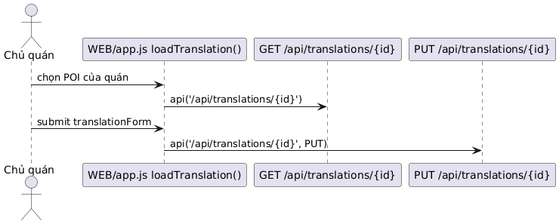
The PlantUML diagram Diagrams/SE Owner QuanLyBanDich.png in hoangtri22/TravelGuide, before a commit. Its diagram source:
```plantuml
@startuml
actor "Chủ quán" as O
participant "WEB/app.js loadTranslation()" as FE
participant "GET /api/translations/{id}" as GET
participant "PUT /api/translations/{id}" as PUT
O -> FE : chọn POI của quán
FE -> GET : api('/api/translations/{id}')
O -> FE : submit translationForm
FE -> PUT : api('/api/translations/{id}', PUT)
@enduml
```
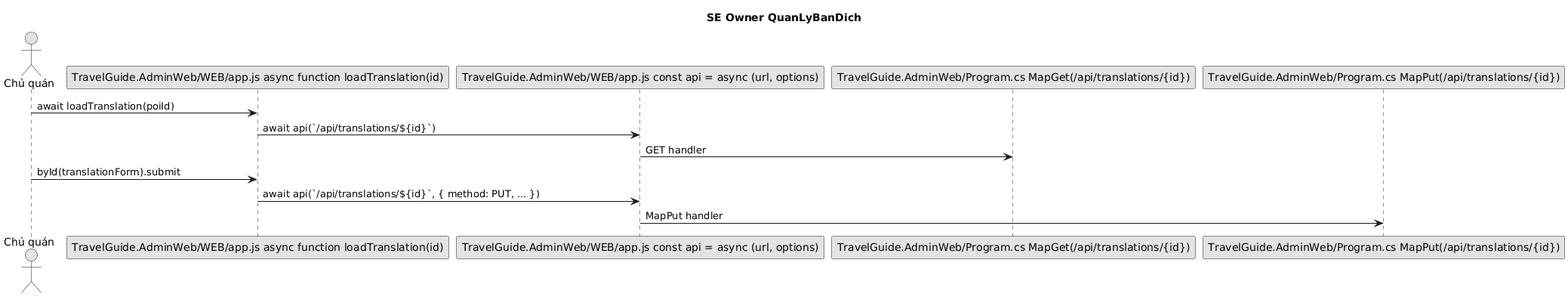
The same diagram one commit later.

Change to the diagram source:
```diff
@@ -1,10 +1,16 @@
 @startuml
+title SE Owner QuanLyBanDich
+skinparam shadowing false
+skinparam monochrome true
 actor "Chủ quán" as O
-participant "WEB/app.js loadTranslation()" as FE
-participant "GET /api/translations/{id}" as GET
-participant "PUT /api/translations/{id}" as PUT
-O -> FE : chọn POI của quán
-FE -> GET : api('/api/translations/{id}')
-O -> FE : submit translationForm
-FE -> PUT : api('/api/translations/{id}', PUT)
+participant "TravelGuide.AdminWeb/WEB/app.js async function loadTranslation(id)" as FE
+participant "TravelGuide.AdminWeb/WEB/app.js const api = async (url, options)" as APIJS
+participant "TravelGuide.AdminWeb/Program.cs MapGet(/api/translations/{id})" as GET
+participant "TravelGuide.AdminWeb/Program.cs MapPut(/api/translations/{id})" as PUT
+O -> FE : await loadTranslation(poiId)
+FE -> APIJS : await api(`/api/translations/${id}`)
+APIJS -> GET : GET handler
+O -> FE : byId(translationForm).submit
+FE -> APIJS : await api(`/api/translations/${id}`, { method: PUT, ... })
+APIJS -> PUT : MapPut handler
 @enduml
```
